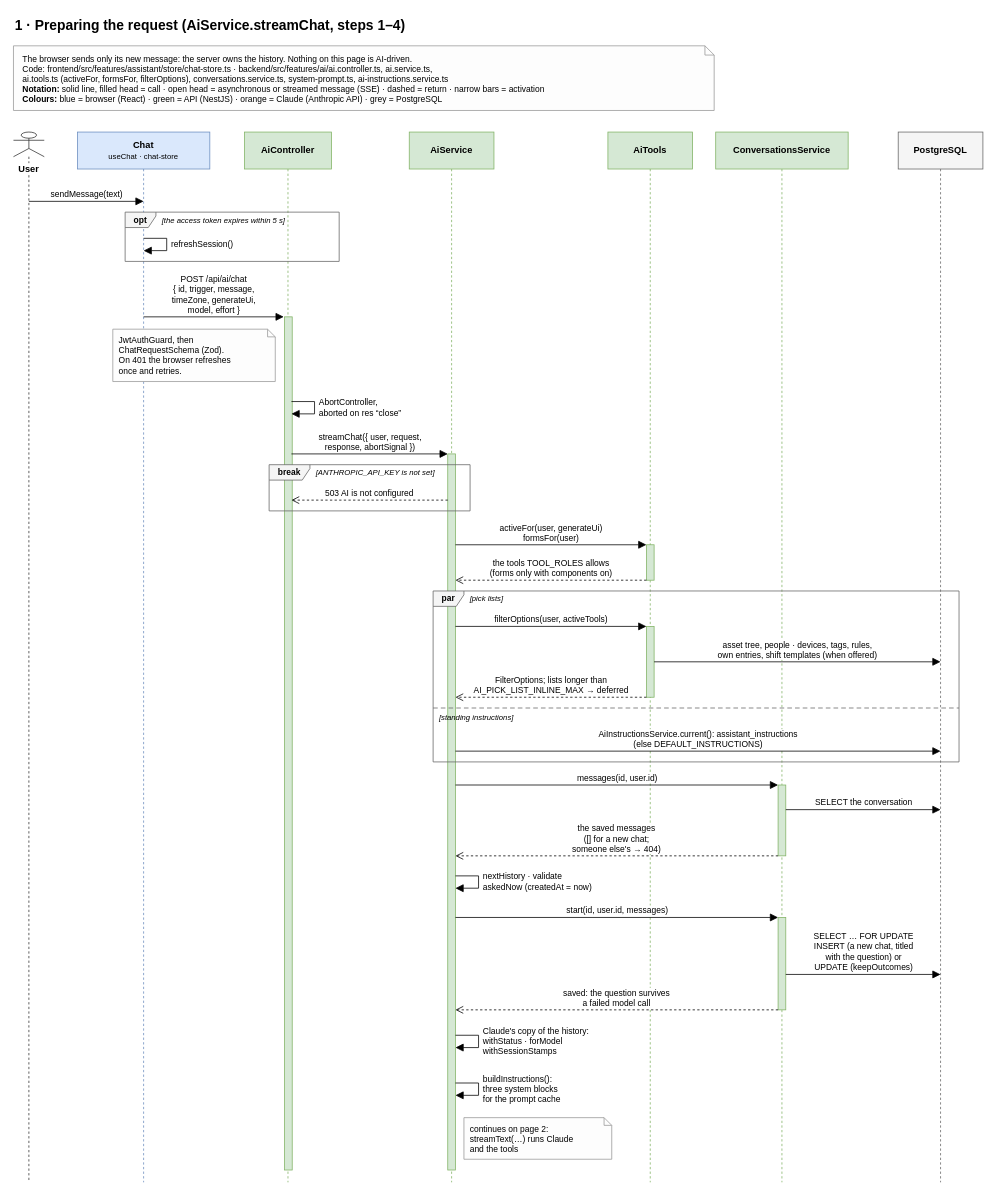
Before: page "1 Prepare the request" (2 of 9) of docs/ai-assistant-sequence-diagrams.drawio in Slaven1996/gen_ui, a draw.io diagram. Source tidied: cells renumbered, new cells numbered last; positions are measured from the earlier drawing's top-left corner, leaving out a move shared by most shapes. Both pictures are drawn from the tidied source at 77%, with x=0, y=0 at pixel (13, 13).
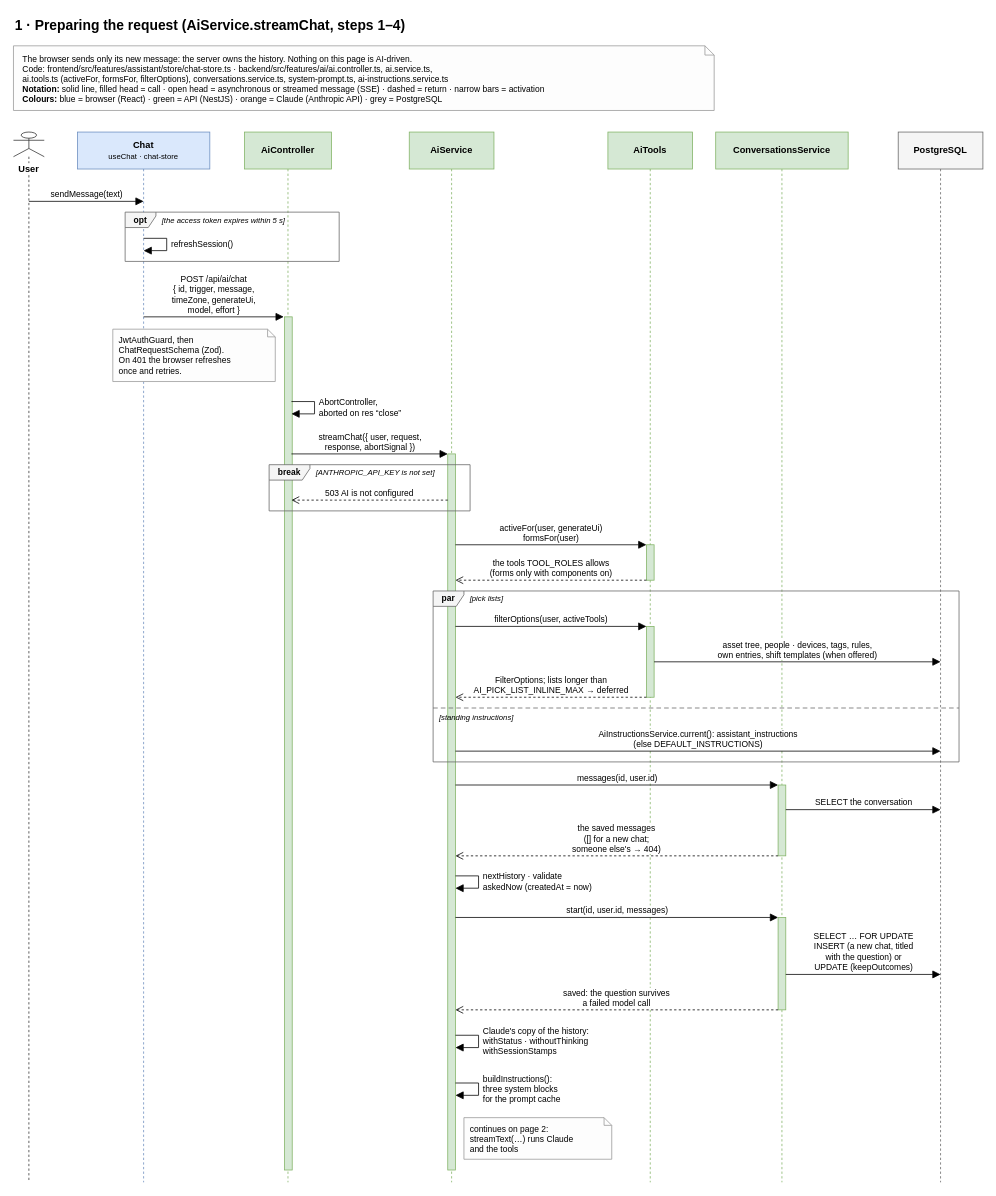
The same page after the edit.

The edit, as a diff of the source:
```diff
@@
-    <mxCell id="46" value="Claude's copy of the history:&lt;br&gt;withStatus · forModel&lt;br&gt;withSessionStamps" style="html=1;align=left;spacingLeft=4;verticalAlign=middle;endArrow=block;endFill=1;endSize=8;curved=0;rounded=0;fontSize=11;labelBackgroundColor=#ffffff;" parent="1" edge="1">
+    <mxCell id="46" value="Claude's copy of the history:&lt;br&gt;withStatus · withoutThinking&lt;br&gt;withSessionStamps" style="html=1;align=left;spacingLeft=4;verticalAlign=middle;endArrow=block;endFill=1;endSize=8;curved=0;rounded=0;fontSize=11;labelBackgroundColor=#ffffff;" parent="1" edge="1">
       <mxGeometry relative="1" as="geometry">
         <mxPoint x="574" y="1327" as="sourcePoint" />
         <mxPoint x="574" y="1343" as="targetPoint" />
         <Array as="points">
           <mxPoint x="604" y="1327" />
           <mxPoint x="604" y="1343" />
         </Array>
       </mxGeometry>
     </mxCell>
```
